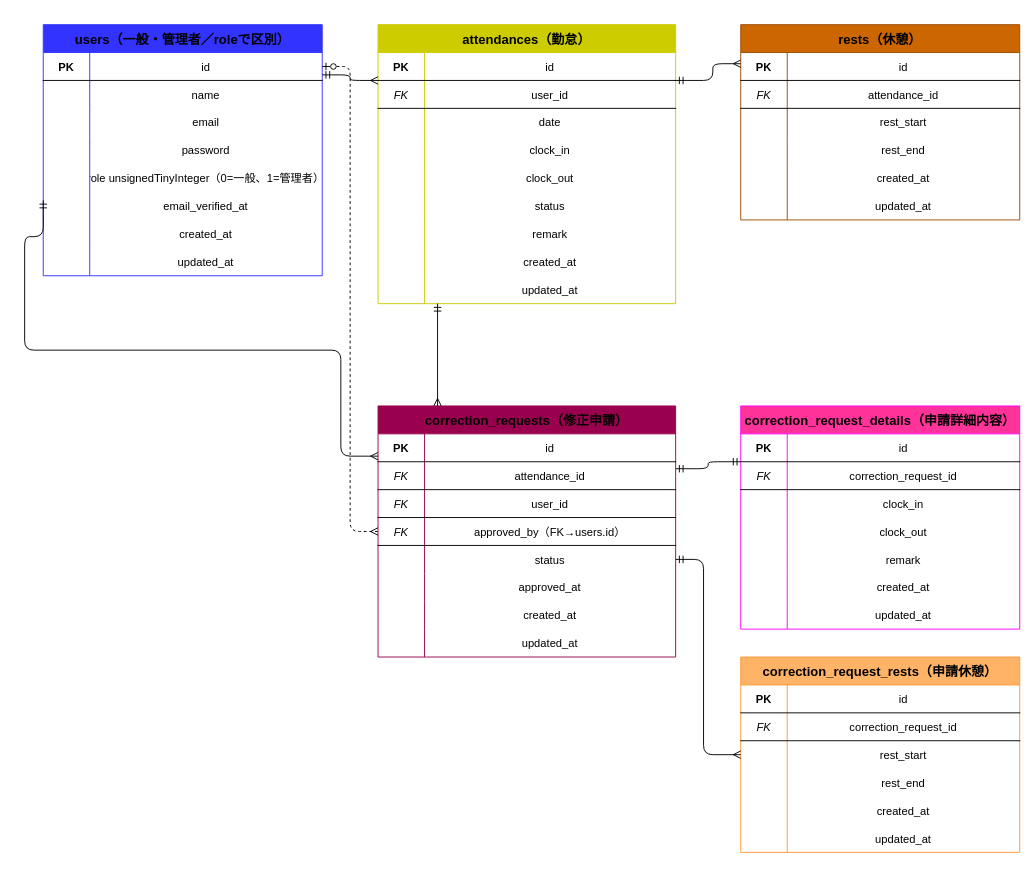
The draw.io diagram attendance_system_er.drawio in kn-a0322/attendance-system-laravel, before the edit. Source tidied: cells renumbered, new cells numbered last; positions are measured from the earlier drawing's top-left corner, leaving out a move shared by most shapes. Both pictures are drawn from the tidied source at 93%, with x=0, y=0 at pixel (24, 24).
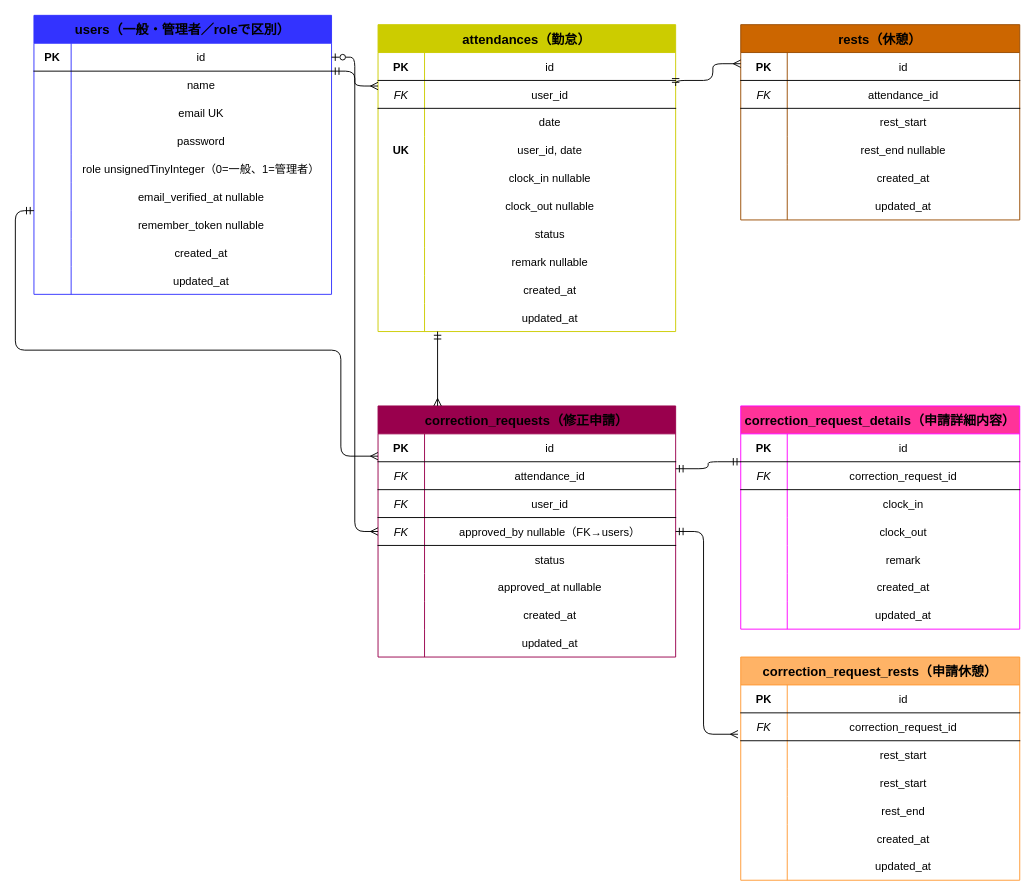
The same diagram, later.

The change refers to these unchanged cells:
```xml
<mxCell id="65" style="shape=tableRow;horizontal=0;startSize=0;swimlaneHead=0;swimlaneBody=0;fillColor=none;fontSize=12;top=0;left=0;right=0;bottom=0;" parent="55" vertex="1">
  <mxGeometry y="120" width="300" height="30" as="geometry" />
</mxCell>
<mxCell id="74" value="correction_requests（修正申請）" style="shape=table;startSize=30;childLayout=tableLayout;rowLines=0;fontStyle=1;align=center;fontSize=14;fillColor=#99004D;strokeColor=#99004D;" parent="1" vertex="1">
  <mxGeometry x="380" y="410" width="320" height="270" as="geometry" />
</mxCell>
<mxCell id="84" style="shape=tableRow;horizontal=0;startSize=0;swimlaneHead=0;swimlaneBody=0;fillColor=none;points=[[0,0.5],[1,0.5]];portConstraint=eastwest;fontSize=12;top=0;left=0;right=0;bottom=1;" parent="74" vertex="1">
  <mxGeometry y="120" width="320" height="30" as="geometry" />
</mxCell>
<mxCell id="87" style="shape=tableRow;horizontal=0;startSize=0;swimlaneHead=0;swimlaneBody=0;fillColor=none;points=[[0,0.5],[1,0.5]];portConstraint=eastwest;fontSize=12;top=0;left=0;right=0;bottom=0;" parent="74" vertex="1">
  <mxGeometry y="150" width="320" height="30" as="geometry" />
</mxCell>
<mxCell id="90" style="shape=tableRow;horizontal=0;startSize=0;swimlaneHead=0;swimlaneBody=0;fillColor=none;fontSize=12;top=0;left=0;right=0;bottom=0;" parent="74" vertex="1">
  <mxGeometry y="180" width="320" height="30" as="geometry" />
</mxCell>
<mxCell id="99" value="correction_request_details（申請詳細内容）" style="shape=table;startSize=30;childLayout=tableLayout;rowLines=0;fontStyle=1;align=center;fontSize=14;fillColor=#FF3399;strokeColor=#FF00FF;" parent="1" vertex="1">
  <mxGeometry x="770" y="410" width="300" height="240" as="geometry" />
</mxCell>
<mxCell id="125" style="shape=tableRow;horizontal=0;startSize=0;swimlaneHead=0;swimlaneBody=0;fillColor=none;points=[[0,0.5],[1,0.5]];portConstraint=eastwest;fontSize=12;top=0;left=0;right=0;bottom=1;" parent="121" vertex="1">
  <mxGeometry y="60" width="300" height="30" as="geometry" />
</mxCell>
```

Diff of the diagram source:
```diff
@@
     <mxCell id="2" value="users（一般・管理者／roleで区別）" style="shape=table;startSize=30;childLayout=tableLayout;rowLines=0;fontStyle=1;align=center;fontSize=14;fillColor=#3333FF;strokeColor=#3333FF;" parent="1" vertex="1">
-      <mxGeometry x="20" width="300" height="270" as="geometry" />
+      <mxGeometry x="10" y="-10" width="320" height="300" as="geometry" />
     </mxCell>
     <mxCell id="3" style="shape=tableRow;horizontal=0;startSize=0;swimlaneHead=0;swimlaneBody=0;fillColor=none;points=[[0,0.5],[1,0.5]];portConstraint=eastwest;fontSize=12;top=0;left=0;right=0;bottom=1;" parent="2" vertex="1">
-      <mxGeometry y="30" width="300" height="30" as="geometry" />
+      <mxGeometry y="30" width="320" height="30" as="geometry" />
     </mxCell>
     <mxCell id="4" value="PK" style="shape=partialRectangle;fillColor=none;top=0;left=0;bottom=0;right=0;fontStyle=1;overflow=hidden;" parent="3" vertex="1">
-      <mxGeometry width="50" height="30" as="geometry" />
+      <mxGeometry width="40" height="30" as="geometry" />
     </mxCell>
     <mxCell id="5" value="id" style="shape=partialRectangle;fillColor=none;top=0;left=0;bottom=0;right=0;overflow=hidden;" parent="3" vertex="1">
-      <mxGeometry x="50" width="250" height="30" as="geometry" />
+      <mxGeometry x="40" width="280" height="30" as="geometry" />
     </mxCell>
     <mxCell id="6" style="shape=tableRow;horizontal=0;startSize=0;swimlaneHead=0;swimlaneBody=0;fillColor=none;fontSize=12;top=0;left=0;right=0;bottom=0;" parent="2" vertex="1">
-      <mxGeometry y="60" width="300" height="30" as="geometry" />
+      <mxGeometry y="60" width="320" height="30" as="geometry" />
     </mxCell>
     <mxCell id="7" style="shape=partialRectangle;fillColor=none;top=0;left=0;bottom=0;right=0;overflow=hidden;" parent="6" vertex="1">
-      <mxGeometry width="50" height="30" as="geometry" />
+      <mxGeometry width="40" height="30" as="geometry" />
     </mxCell>
     <mxCell id="8" value="name" style="shape=partialRectangle;fillColor=none;top=0;left=0;bottom=0;right=0;overflow=hidden;" parent="6" vertex="1">
-      <mxGeometry x="50" width="250" height="30" as="geometry" />
+      <mxGeometry x="40" width="280" height="30" as="geometry" />
     </mxCell>
     <mxCell id="9" style="shape=tableRow;horizontal=0;startSize=0;swimlaneHead=0;swimlaneBody=0;fillColor=none;fontSize=12;top=0;left=0;right=0;bottom=0;" parent="2" vertex="1">
-      <mxGeometry y="90" width="300" height="30" as="geometry" />
+      <mxGeometry y="90" width="320" height="30" as="geometry" />
     </mxCell>
     <mxCell id="10" style="shape=partialRectangle;fillColor=none;top=0;left=0;bottom=0;right=0;overflow=hidden;" parent="9" vertex="1">
-      <mxGeometry width="50" height="30" as="geometry" />
+      <mxGeometry width="40" height="30" as="geometry" />
     </mxCell>
-    <mxCell id="11" value="email" style="shape=partialRectangle;fillColor=none;top=0;left=0;bottom=0;right=0;overflow=hidden;" parent="9" vertex="1">
-      <mxGeometry x="50" width="250" height="30" as="geometry" />
+    <mxCell id="11" value="email UK" style="shape=partialRectangle;fillColor=none;top=0;left=0;bottom=0;right=0;overflow=hidden;" parent="9" vertex="1">
+      <mxGeometry x="40" width="280" height="30" as="geometry" />
     </mxCell>
     <mxCell id="12" style="shape=tableRow;horizontal=0;startSize=0;swimlaneHead=0;swimlaneBody=0;fillColor=none;fontSize=12;top=0;left=0;right=0;bottom=0;" parent="2" vertex="1">
-      <mxGeometry y="120" width="300" height="30" as="geometry" />
+      <mxGeometry y="120" width="320" height="30" as="geometry" />
     </mxCell>
     <mxCell id="13" style="shape=partialRectangle;fillColor=none;top=0;left=0;bottom=0;right=0;overflow=hidden;" parent="12" vertex="1">
-      <mxGeometry width="50" height="30" as="geometry" />
+      <mxGeometry width="40" height="30" as="geometry" />
     </mxCell>
     <mxCell id="14" value="password" style="shape=partialRectangle;fillColor=none;top=0;left=0;bottom=0;right=0;overflow=hidden;" parent="12" vertex="1">
-      <mxGeometry x="50" width="250" height="30" as="geometry" />
+      <mxGeometry x="40" width="280" height="30" as="geometry" />
     </mxCell>
     <mxCell id="15" style="shape=tableRow;horizontal=0;startSize=0;swimlaneHead=0;swimlaneBody=0;fillColor=none;fontSize=12;top=0;left=0;right=0;bottom=0;" parent="2" vertex="1">
-      <mxGeometry y="150" width="300" height="30" as="geometry" />
+      <mxGeometry y="150" width="320" height="30" as="geometry" />
     </mxCell>
     <mxCell id="16" style="shape=partialRectangle;fillColor=none;top=0;left=0;bottom=0;right=0;overflow=hidden;" parent="15" vertex="1">
-      <mxGeometry width="50" height="30" as="geometry" />
+      <mxGeometry width="40" height="30" as="geometry" />
     </mxCell>
     <mxCell id="17" value="role unsignedTinyInteger（0=一般、1=管理者）" style="shape=partialRectangle;fillColor=none;top=0;left=0;bottom=0;right=0;overflow=hidden;" parent="15" vertex="1">
-      <mxGeometry x="50" width="250" height="30" as="geometry" />
+      <mxGeometry x="40" width="280" height="30" as="geometry" />
     </mxCell>
     <mxCell id="18" style="shape=tableRow;horizontal=0;startSize=0;swimlaneHead=0;swimlaneBody=0;fillColor=none;fontSize=12;top=0;left=0;right=0;bottom=0;" parent="2" vertex="1">
-      <mxGeometry y="180" width="300" height="30" as="geometry" />
+      <mxGeometry y="180" width="320" height="30" as="geometry" />
     </mxCell>
     <mxCell id="19" style="shape=partialRectangle;fillColor=none;top=0;left=0;bottom=0;right=0;overflow=hidden;" parent="18" vertex="1">
-      <mxGeometry width="50" height="30" as="geometry" />
+      <mxGeometry width="40" height="30" as="geometry" />
     </mxCell>
-    <mxCell id="20" value="email_verified_at" style="shape=partialRectangle;fillColor=none;top=0;left=0;bottom=0;right=0;overflow=hidden;" parent="18" vertex="1">
-      <mxGeometry x="50" width="250" height="30" as="geometry" />
+    <mxCell id="20" value="email_verified_at nullable" style="shape=partialRectangle;fillColor=none;top=0;left=0;bottom=0;right=0;overflow=hidden;" parent="18" vertex="1">
+      <mxGeometry x="40" width="280" height="30" as="geometry" />
     </mxCell>
+    <mxCell id="147" style="shape=tableRow;horizontal=0;startSize=0;swimlaneHead=0;swimlaneBody=0;fillColor=none;fontSize=12;top=0;left=0;right=0;bottom=0;" parent="2" vertex="1">
+      <mxGeometry y="210" width="320" height="30" as="geometry" />
+    </mxCell>
+    <mxCell id="148" style="shape=partialRectangle;fillColor=none;top=0;left=0;bottom=0;right=0;overflow=hidden;" parent="147" vertex="1">
+      <mxGeometry width="40" height="30" as="geometry" />
+    </mxCell>
+    <mxCell id="149" value="remember_token nullable" style="shape=partialRectangle;fillColor=none;top=0;left=0;bottom=0;right=0;overflow=hidden;" parent="147" vertex="1">
+      <mxGeometry x="40" width="280" height="30" as="geometry" />
+    </mxCell>
     <mxCell id="21" style="shape=tableRow;horizontal=0;startSize=0;swimlaneHead=0;swimlaneBody=0;fillColor=none;fontSize=12;top=0;left=0;right=0;bottom=0;" parent="2" vertex="1">
-      <mxGeometry y="210" width="300" height="30" as="geometry" />
+      <mxGeometry y="240" width="320" height="30" as="geometry" />
     </mxCell>
     <mxCell id="22" style="shape=partialRectangle;fillColor=none;top=0;left=0;bottom=0;right=0;overflow=hidden;" parent="21" vertex="1">
-      <mxGeometry width="50" height="30" as="geometry" />
+      <mxGeometry width="40" height="30" as="geometry" />
     </mxCell>
     <mxCell id="23" value="created_at" style="shape=partialRectangle;fillColor=none;top=0;left=0;bottom=0;right=0;overflow=hidden;" parent="21" vertex="1">
-      <mxGeometry x="50" width="250" height="30" as="geometry" />
+      <mxGeometry x="40" width="280" height="30" as="geometry" />
     </mxCell>
     <mxCell id="24" style="shape=tableRow;horizontal=0;startSize=0;swimlaneHead=0;swimlaneBody=0;fillColor=none;fontSize=12;top=0;left=0;right=0;bottom=0;" parent="2" vertex="1">
-      <mxGeometry y="240" width="300" height="30" as="geometry" />
+      <mxGeometry y="270" width="320" height="30" as="geometry" />
     </mxCell>
     <mxCell id="25" style="shape=partialRectangle;fillColor=none;top=0;left=0;bottom=0;right=0;overflow=hidden;" parent="24" vertex="1">
-      <mxGeometry width="50" height="30" as="geometry" />
+      <mxGeometry width="40" height="30" as="geometry" />
     </mxCell>
     <mxCell id="26" value="updated_at" style="shape=partialRectangle;fillColor=none;top=0;left=0;bottom=0;right=0;overflow=hidden;" parent="24" vertex="1">
-      <mxGeometry x="50" width="250" height="30" as="geometry" />
+      <mxGeometry x="40" width="280" height="30" as="geometry" />
     </mxCell>
     <mxCell id="27" value="attendances（勤怠）" style="shape=table;startSize=30;childLayout=tableLayout;rowLines=0;fontStyle=1;align=center;fontSize=14;fillColor=#CCCC00;strokeColor=#CCCC00;" parent="1" vertex="1">
-      <mxGeometry x="380" width="320" height="300" as="geometry" />
+      <mxGeometry x="380" width="320" height="330" as="geometry" />
     </mxCell>
@@
+    <mxCell id="150" style="shape=tableRow;horizontal=0;startSize=0;swimlaneHead=0;swimlaneBody=0;fillColor=none;fontSize=12;top=0;left=0;right=0;bottom=0;" parent="27" vertex="1">
+      <mxGeometry y="120" width="320" height="30" as="geometry" />
+    </mxCell>
+    <mxCell id="151" value="UK" style="shape=partialRectangle;fillColor=none;top=0;left=0;bottom=0;right=0;fontStyle=1;overflow=hidden;" parent="150" vertex="1">
+      <mxGeometry width="50" height="30" as="geometry" />
+    </mxCell>
+    <mxCell id="152" value="user_id, date" style="shape=partialRectangle;fillColor=none;top=0;left=0;bottom=0;right=0;overflow=hidden;" parent="150" vertex="1">
+      <mxGeometry x="50" width="270" height="30" as="geometry" />
+    </mxCell>
     <mxCell id="37" style="shape=tableRow;horizontal=0;startSize=0;swimlaneHead=0;swimlaneBody=0;fillColor=none;fontSize=12;top=0;left=0;right=0;bottom=0;" parent="27" vertex="1">
-      <mxGeometry y="120" width="320" height="30" as="geometry" />
+      <mxGeometry y="150" width="320" height="30" as="geometry" />
     </mxCell>
@@
-    <mxCell id="39" value="clock_in" style="shape=partialRectangle;fillColor=none;top=0;left=0;bottom=0;right=0;overflow=hidden;" parent="37" vertex="1">
+    <mxCell id="39" value="clock_in nullable" style="shape=partialRectangle;fillColor=none;top=0;left=0;bottom=0;right=0;overflow=hidden;" parent="37" vertex="1">
       <mxGeometry x="50" width="270" height="30" as="geometry" />
     </mxCell>
     <mxCell id="40" style="shape=tableRow;horizontal=0;startSize=0;swimlaneHead=0;swimlaneBody=0;fillColor=none;fontSize=12;top=0;left=0;right=0;bottom=0;" parent="27" vertex="1">
-      <mxGeometry y="150" width="320" height="30" as="geometry" />
+      <mxGeometry y="180" width="320" height="30" as="geometry" />
     </mxCell>
@@
-    <mxCell id="42" value="clock_out" style="shape=partialRectangle;fillColor=none;top=0;left=0;bottom=0;right=0;overflow=hidden;" parent="40" vertex="1">
+    <mxCell id="42" value="clock_out nullable" style="shape=partialRectangle;fillColor=none;top=0;left=0;bottom=0;right=0;overflow=hidden;" parent="40" vertex="1">
       <mxGeometry x="50" width="270" height="30" as="geometry" />
     </mxCell>
     <mxCell id="43" style="shape=tableRow;horizontal=0;startSize=0;swimlaneHead=0;swimlaneBody=0;fillColor=none;fontSize=12;top=0;left=0;right=0;bottom=0;" parent="27" vertex="1">
-      <mxGeometry y="180" width="320" height="30" as="geometry" />
+      <mxGeometry y="210" width="320" height="30" as="geometry" />
     </mxCell>
@@
     <mxCell id="46" style="shape=tableRow;horizontal=0;startSize=0;swimlaneHead=0;swimlaneBody=0;fillColor=none;fontSize=12;top=0;left=0;right=0;bottom=0;" parent="27" vertex="1">
-      <mxGeometry y="210" width="320" height="30" as="geometry" />
+      <mxGeometry y="240" width="320" height="30" as="geometry" />
     </mxCell>
@@
-    <mxCell id="48" value="remark" style="shape=partialRectangle;fillColor=none;top=0;left=0;bottom=0;right=0;overflow=hidden;" parent="46" vertex="1">
+    <mxCell id="48" value="remark nullable" style="shape=partialRectangle;fillColor=none;top=0;left=0;bottom=0;right=0;overflow=hidden;" parent="46" vertex="1">
       <mxGeometry x="50" width="270" height="30" as="geometry" />
     </mxCell>
     <mxCell id="49" style="shape=tableRow;horizontal=0;startSize=0;swimlaneHead=0;swimlaneBody=0;fillColor=none;fontSize=12;top=0;left=0;right=0;bottom=0;" parent="27" vertex="1">
-      <mxGeometry y="240" width="320" height="30" as="geometry" />
+      <mxGeometry y="270" width="320" height="30" as="geometry" />
     </mxCell>
@@
     <mxCell id="52" style="shape=tableRow;horizontal=0;startSize=0;swimlaneHead=0;swimlaneBody=0;fillColor=none;fontSize=12;top=0;left=0;right=0;bottom=0;" parent="27" vertex="1">
-      <mxGeometry y="270" width="320" height="30" as="geometry" />
+      <mxGeometry y="300" width="320" height="30" as="geometry" />
     </mxCell>
@@
-    <mxCell id="67" value="rest_end" style="shape=partialRectangle;fillColor=none;top=0;left=0;bottom=0;right=0;overflow=hidden;" parent="65" vertex="1">
+    <mxCell id="67" value="rest_end nullable" style="shape=partialRectangle;fillColor=none;top=0;left=0;bottom=0;right=0;overflow=hidden;" parent="65" vertex="1">
       <mxGeometry x="50" width="250" height="30" as="geometry" />
     </mxCell>
@@
-    <mxCell id="86" value="approved_by（FK→users.id）" style="shape=partialRectangle;fillColor=none;top=0;left=0;bottom=0;right=0;overflow=hidden;" parent="84" vertex="1">
+    <mxCell id="86" value="approved_by nullable（FK→users）" style="shape=partialRectangle;fillColor=none;top=0;left=0;bottom=0;right=0;overflow=hidden;" parent="84" vertex="1">
       <mxGeometry x="50" width="270" height="30" as="geometry" />
     </mxCell>
@@
-    <mxCell id="92" value="approved_at" style="shape=partialRectangle;fillColor=none;top=0;left=0;bottom=0;right=0;overflow=hidden;" parent="90" vertex="1">
+    <mxCell id="92" value="approved_at nullable" style="shape=partialRectangle;fillColor=none;top=0;left=0;bottom=0;right=0;overflow=hidden;" parent="90" vertex="1">
       <mxGeometry x="50" width="270" height="30" as="geometry" />
     </mxCell>
@@
     <mxCell id="121" value="correction_request_rests（申請休憩）" style="shape=table;startSize=30;childLayout=tableLayout;rowLines=0;fontStyle=1;align=center;fontSize=14;fillColor=#FFB366;strokeColor=#FF9933;" parent="1" vertex="1">
-      <mxGeometry x="770" y="680" width="300" height="210" as="geometry" />
+      <mxGeometry x="770" y="680" width="300" height="240" as="geometry" />
     </mxCell>
@@
+    <mxCell id="153" style="shape=tableRow;horizontal=0;startSize=0;swimlaneHead=0;swimlaneBody=0;fillColor=none;fontSize=12;top=0;left=0;right=0;bottom=0;" parent="121" vertex="1">
+      <mxGeometry y="90" width="300" height="30" as="geometry" />
+    </mxCell>
+    <mxCell id="154" style="shape=partialRectangle;fillColor=none;top=0;left=0;bottom=0;right=0;overflow=hidden;" parent="153" vertex="1">
+      <mxGeometry width="50" height="30" as="geometry" />
+    </mxCell>
+    <mxCell id="155" value="rest_start" style="shape=partialRectangle;fillColor=none;top=0;left=0;bottom=0;right=0;overflow=hidden;" parent="153" vertex="1">
+      <mxGeometry x="50" width="250" height="30" as="geometry" />
+    </mxCell>
     <mxCell id="128" style="shape=tableRow;horizontal=0;startSize=0;swimlaneHead=0;swimlaneBody=0;fillColor=none;points=[[0,0.5],[1,0.5]];portConstraint=eastwest;fontSize=12;top=0;left=0;right=0;bottom=0;" parent="121" vertex="1">
-      <mxGeometry y="90" width="300" height="30" as="geometry" />
+      <mxGeometry y="120" width="300" height="30" as="geometry" />
     </mxCell>
@@
     <mxCell id="131" style="shape=tableRow;horizontal=0;startSize=0;swimlaneHead=0;swimlaneBody=0;fillColor=none;fontSize=12;top=0;left=0;right=0;bottom=0;" parent="121" vertex="1">
-      <mxGeometry y="120" width="300" height="30" as="geometry" />
+      <mxGeometry y="150" width="300" height="30" as="geometry" />
     </mxCell>
@@
     <mxCell id="134" style="shape=tableRow;horizontal=0;startSize=0;swimlaneHead=0;swimlaneBody=0;fillColor=none;fontSize=12;top=0;left=0;right=0;bottom=0;" parent="121" vertex="1">
-      <mxGeometry y="150" width="300" height="30" as="geometry" />
+      <mxGeometry y="180" width="300" height="30" as="geometry" />
     </mxCell>
@@
     <mxCell id="137" style="shape=tableRow;horizontal=0;startSize=0;swimlaneHead=0;swimlaneBody=0;fillColor=none;fontSize=12;top=0;left=0;right=0;bottom=0;" parent="121" vertex="1">
-      <mxGeometry y="180" width="300" height="30" as="geometry" />
+      <mxGeometry y="210" width="300" height="30" as="geometry" />
     </mxCell>
@@
     <mxCell id="143" style="edgeStyle=orthogonalEdgeStyle;endArrow=ERmany;endFill=0;startArrow=ERmandOne;startFill=0;exitX=0;exitY=0.7;exitDx=0;exitDy=0;entryX=0;entryY=0.2;entryDx=0;entryDy=0;fontSize=12;" parent="1" edge="1" source="2" target="74">
       <mxGeometry relative="1" as="geometry">
         <Array as="points">
-          <mxPoint y="228" />
-          <mxPoint y="350" />
+          <mxPoint x="-10" y="200" />
+          <mxPoint x="-10" y="350" />
           <mxPoint x="340" y="350" />
           <mxPoint x="340" y="464" />
         </Array>
       </mxGeometry>
     </mxCell>
-    <mxCell id="144" style="edgeStyle=orthogonalEdgeStyle;endArrow=ERmany;endFill=0;startArrow=ERzeroToOne;startFill=0;fontSize=12;dashed=1;exitX=1;exitY=0.5;exitDx=0;exitDy=0;entryX=0;entryY=0.5;entryDx=0;entryDy=0;" parent="1" edge="1" source="3" target="84">
+    <mxCell id="144" style="edgeStyle=orthogonalEdgeStyle;endArrow=ERmany;endFill=0;startArrow=ERzeroToOne;startFill=0;fontSize=12;exitX=1;exitY=0.5;exitDx=0;exitDy=0;entryX=0;entryY=0.5;entryDx=0;entryDy=0;" parent="1" edge="1" source="3" target="84">
       <mxGeometry relative="1" as="geometry" />
     </mxCell>
     <mxCell id="145" style="edgeStyle=orthogonalEdgeStyle;endArrow=ERmandOne;endFill=0;startArrow=ERmandOne;startFill=0;exitX=1;exitY=0.25;exitDx=0;exitDy=0;entryX=0;entryY=0.25;entryDx=0;entryDy=0;fontSize=12;" parent="1" edge="1" source="74" target="99">
-      <mxGeometry relative="1" as="geometry">
-        <Array as="points">
-          <mxPoint x="735" y="478" />
-          <mxPoint x="735" y="470" />
-        </Array>
-      </mxGeometry>
+      <mxGeometry relative="1" as="geometry" />
     </mxCell>
-    <mxCell id="146" style="edgeStyle=orthogonalEdgeStyle;endArrow=ERmany;endFill=0;startArrow=ERmandOne;startFill=0;exitX=1;exitY=0.5;exitDx=0;exitDy=0;entryX=0;entryY=0.5;entryDx=0;entryDy=0;fontSize=12;" parent="1" edge="1" source="87" target="128">
+    <mxCell id="146" style="edgeStyle=orthogonalEdgeStyle;endArrow=ERmany;endFill=0;startArrow=ERmandOne;startFill=0;exitX=1;exitY=0.5;exitDx=0;exitDy=0;entryX=-0.01;entryY=0.767;entryDx=0;entryDy=0;fontSize=12;entryPerimeter=0;" parent="1" edge="1" source="74" target="125">
       <mxGeometry relative="1" as="geometry">
         <Array as="points">
-          <mxPoint x="730" y="575" />
-          <mxPoint x="730" y="785" />
+          <mxPoint x="730" y="545" />
+          <mxPoint x="730" y="763" />
         </Array>
       </mxGeometry>
     </mxCell>
```
